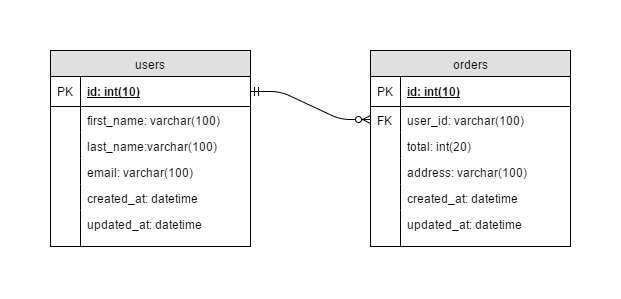
Earlier version of the draw.io export schema_one_to_many.png (fire-fox-2017/schema-one-to-many). Source tidied: cells renumbered, new cells last; positions are measured from the earlier drawing's top-left corner, leaving out a move shared by most shapes.
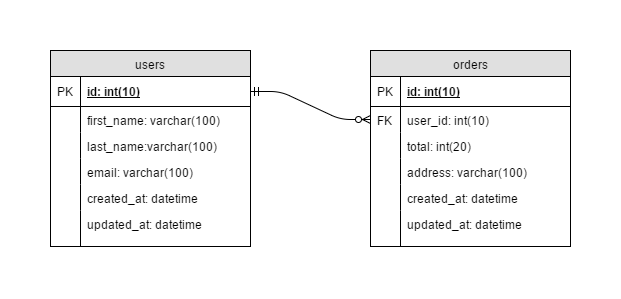
The same diagram one commit later.

Commit message:
Second commit to Schema One to Many Finished

Diff of the diagram source:
```diff
@@ -11,7 +11,7 @@
     <mxCell id="4" value="PK" style="shape=partialRectangle;top=0;left=0;bottom=0;html=1;fillColor=none;align=left;verticalAlign=middle;spacingLeft=4;spacingRight=4;whiteSpace=wrap;overflow=hidden;" parent="3" vertex="1">
       <mxGeometry width="30" height="30" as="geometry" />
     </mxCell>
-    <mxCell id="5" value="user_id: varchar(100)" style="shape=partialRectangle;top=0;left=0;right=0;bottom=0;html=1;align=left;verticalAlign=top;fillColor=none;spacingLeft=34;spacingRight=4;whiteSpace=wrap;overflow=hidden;points=[[0,0.5],[1,0.5]];portConstraint=eastwest;" parent="2" vertex="1">
+    <mxCell id="5" value="user_id: int(10)" style="shape=partialRectangle;top=0;left=0;right=0;bottom=0;html=1;align=left;verticalAlign=top;fillColor=none;spacingLeft=34;spacingRight=4;whiteSpace=wrap;overflow=hidden;points=[[0,0.5],[1,0.5]];portConstraint=eastwest;" parent="2" vertex="1">
       <mxGeometry y="56" width="200" height="26" as="geometry" />
     </mxCell>
     <mxCell id="6" value="FK" style="shape=partialRectangle;top=0;left=0;bottom=0;html=1;fillColor=none;align=left;verticalAlign=top;spacingLeft=4;spacingRight=4;whiteSpace=wrap;overflow=hidden;" parent="5" vertex="1">
```
